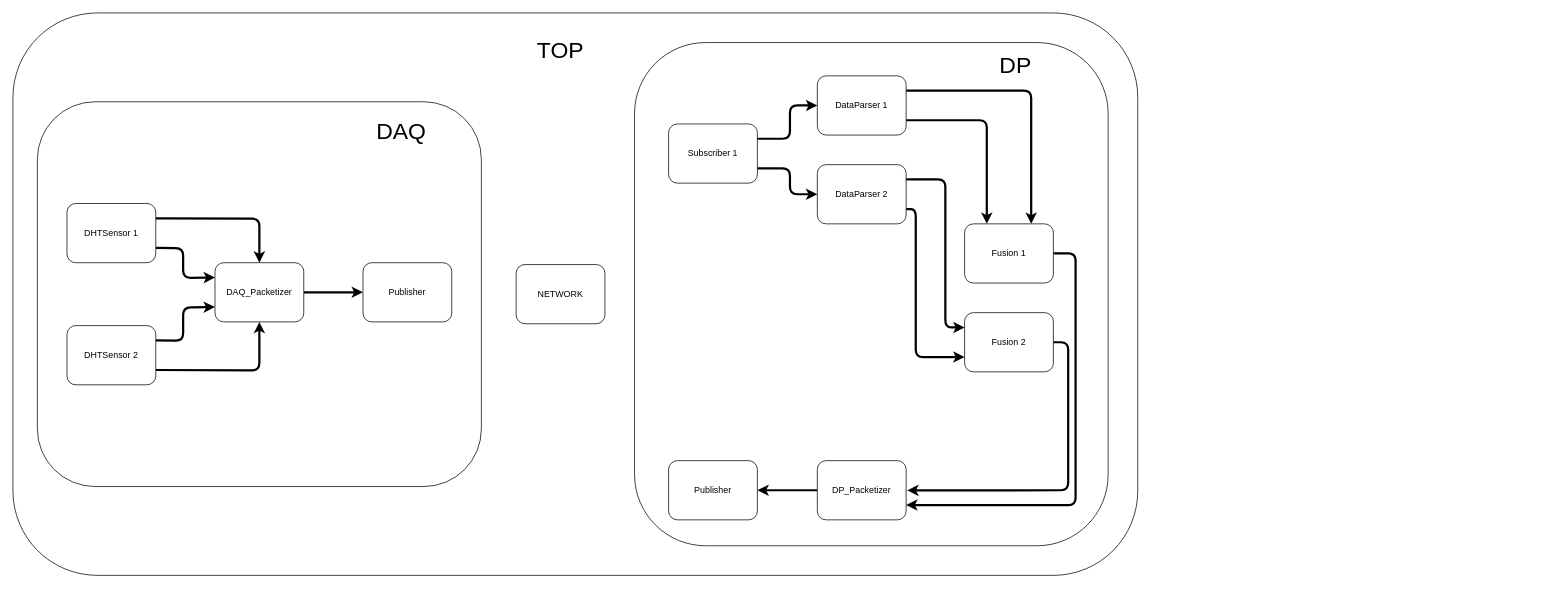
Earlier version of the draw.io diagram Docs/BlockDiagram_SIM.drawio (Sasisekhar/DAQ_DP_Networking). Source tidied: cells renumbered, new cells numbered last; positions are measured from the earlier drawing's top-left corner, leaving out a move shared by most shapes. Both pictures are drawn from the tidied source at 74%, with x=0, y=0 at pixel (13, 13).
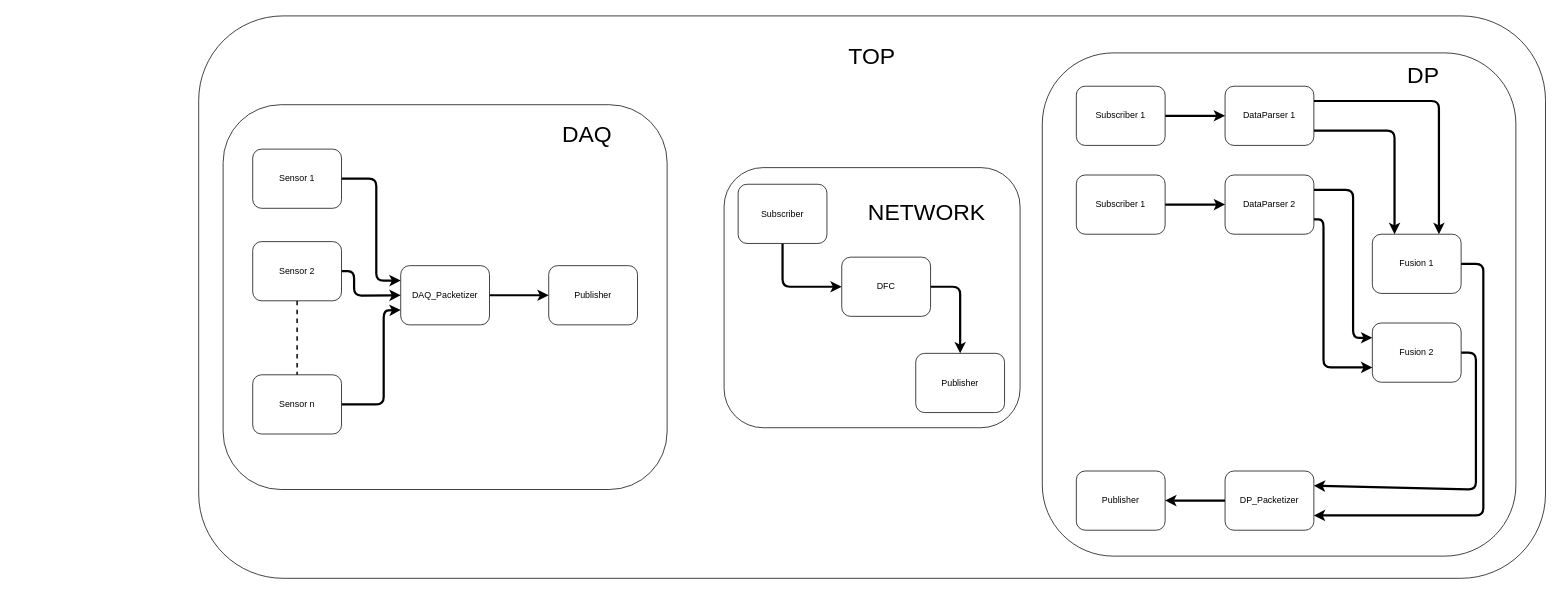
The same diagram, later.

The edit, as a diff of the source:
```diff
@@
     <mxCell id="2" style="rounded=1;whiteSpace=wrap;html=1;strokeWidth=1;" parent="1" vertex="1">
-      <mxGeometry width="1520" height="760" as="geometry" />
+      <mxGeometry x="251" y="4" width="1820" height="760" as="geometry" />
     </mxCell>
     <mxCell id="3" style="rounded=1;whiteSpace=wrap;html=1;strokeWidth=1;" parent="1" vertex="1">
-      <mxGeometry x="840" y="40" width="640" height="680" as="geometry" />
+      <mxGeometry x="1391" y="54" width="640" height="680" as="geometry" />
     </mxCell>
     <mxCell id="4" style="rounded=1;whiteSpace=wrap;html=1;strokeWidth=1;" parent="1" vertex="1">
-      <mxGeometry x="33" y="120" width="600" height="520" as="geometry" />
+      <mxGeometry x="284" y="124" width="600" height="520" as="geometry" />
     </mxCell>
-    <mxCell id="5" style="edgeStyle=none;html=1;exitX=1;exitY=0.25;exitDx=0;exitDy=0;entryX=0.5;entryY=0;entryDx=0;entryDy=0;strokeWidth=3;" parent="1" edge="1" source="7" target="12">
-      <mxGeometry relative="1" as="geometry">
-        <Array as="points">
-          <mxPoint x="333" y="278" />
-        </Array>
-      </mxGeometry>
-    </mxCell>
-    <mxCell id="6" style="edgeStyle=none;html=1;exitX=1;exitY=0.75;exitDx=0;exitDy=0;strokeWidth=3;entryX=0;entryY=0.25;entryDx=0;entryDy=0;" parent="1" edge="1" source="7" target="12">
-      <mxGeometry relative="1" as="geometry">
-        <Array as="points">
-          <mxPoint x="230" y="318" />
-          <mxPoint x="230" y="358" />
-        </Array>
-      </mxGeometry>
-    </mxCell>
+    <mxCell id="34" style="edgeStyle=none;html=1;exitX=1;exitY=0.5;exitDx=0;exitDy=0;entryX=0;entryY=0.25;entryDx=0;entryDy=0;strokeWidth=3;" parent="1" edge="1" source="7" target="12">
+      <mxGeometry relative="1" as="geometry">
+        <Array as="points">
+          <mxPoint x="491" y="224" />
+          <mxPoint x="491" y="362" />
+        </Array>
+      </mxGeometry>
+    </mxCell>
-    <mxCell id="7" value="DHTSensor 1" style="rounded=1;whiteSpace=wrap;html=1;" parent="1" vertex="1">
-      <mxGeometry x="73" y="257.5" width="120" height="80" as="geometry" />
+    <mxCell id="7" value="Sensor 1" style="rounded=1;whiteSpace=wrap;html=1;" parent="1" vertex="1">
+      <mxGeometry x="324" y="184" width="120" height="80" as="geometry" />
     </mxCell>
-    <mxCell id="8" style="edgeStyle=none;html=1;exitX=1;exitY=0.25;exitDx=0;exitDy=0;entryX=0;entryY=0.75;entryDx=0;entryDy=0;strokeWidth=3;" parent="1" edge="1" source="10" target="12">
-      <mxGeometry relative="1" as="geometry">
-        <Array as="points">
-          <mxPoint x="230" y="443" />
-          <mxPoint x="230" y="398" />
-        </Array>
-      </mxGeometry>
-    </mxCell>
-    <mxCell id="9" style="edgeStyle=none;html=1;exitX=1;exitY=0.75;exitDx=0;exitDy=0;entryX=0.5;entryY=1;entryDx=0;entryDy=0;strokeWidth=3;" parent="1" edge="1" source="10" target="12">
-      <mxGeometry relative="1" as="geometry">
-        <Array as="points">
-          <mxPoint x="333" y="483" />
-        </Array>
-      </mxGeometry>
-    </mxCell>
+    <mxCell id="35" style="edgeStyle=none;html=1;exitX=1;exitY=0.5;exitDx=0;exitDy=0;entryX=0;entryY=0.75;entryDx=0;entryDy=0;strokeWidth=3;" parent="1" edge="1" source="10" target="12">
+      <mxGeometry relative="1" as="geometry">
+        <Array as="points">
+          <mxPoint x="501" y="529" />
+          <mxPoint x="501" y="402" />
+        </Array>
+      </mxGeometry>
+    </mxCell>
-    <mxCell id="10" value="DHTSensor 2" style="rounded=1;whiteSpace=wrap;html=1;strokeWidth=1;" parent="1" vertex="1">
-      <mxGeometry x="73" y="422.5" width="120" height="80" as="geometry" />
+    <mxCell id="10" value="Sensor n" style="rounded=1;whiteSpace=wrap;html=1;strokeWidth=1;" parent="1" vertex="1">
+      <mxGeometry x="324" y="489" width="120" height="80" as="geometry" />
     </mxCell>
@@
     <mxCell id="12" value="DAQ_Packetizer" style="rounded=1;whiteSpace=wrap;html=1;" parent="1" vertex="1">
-      <mxGeometry x="273" y="337.5" width="120" height="80" as="geometry" />
+      <mxGeometry x="524" y="341.5" width="120" height="80" as="geometry" />
     </mxCell>
     <mxCell id="13" value="Publisher" style="rounded=1;whiteSpace=wrap;html=1;" parent="1" vertex="1">
-      <mxGeometry x="473" y="337.5" width="120" height="80" as="geometry" />
+      <mxGeometry x="724" y="341.5" width="120" height="80" as="geometry" />
     </mxCell>
-    <mxCell id="14" style="edgeStyle=none;html=1;exitX=1;exitY=0.25;exitDx=0;exitDy=0;entryX=0;entryY=0.5;entryDx=0;entryDy=0;strokeWidth=3;" parent="1" edge="1" source="16" target="19">
-      <mxGeometry relative="1" as="geometry">
-        <Array as="points">
-          <mxPoint x="1050" y="170" />
-          <mxPoint x="1050" y="125" />
-        </Array>
-      </mxGeometry>
+    <mxCell id="14" style="edgeStyle=none;html=1;strokeWidth=3;" parent="1" edge="1" source="16" target="19">
+      <mxGeometry relative="1" as="geometry" />
     </mxCell>
-    <mxCell id="15" style="edgeStyle=none;html=1;exitX=1;exitY=0.75;exitDx=0;exitDy=0;entryX=0;entryY=0.5;entryDx=0;entryDy=0;strokeWidth=3;" parent="1" edge="1" source="16" target="22">
-      <mxGeometry relative="1" as="geometry">
-        <Array as="points">
-          <mxPoint x="1050" y="210" />
-          <mxPoint x="1050" y="245" />
-        </Array>
-      </mxGeometry>
-    </mxCell>
     <mxCell id="16" value="Subscriber 1" style="rounded=1;whiteSpace=wrap;html=1;strokeWidth=1;" parent="1" vertex="1">
-      <mxGeometry x="886" y="150" width="120" height="80" as="geometry" />
+      <mxGeometry x="1437" y="99" width="120" height="80" as="geometry" />
     </mxCell>
     <mxCell id="17" style="edgeStyle=none;html=1;exitX=1;exitY=0.75;exitDx=0;exitDy=0;strokeWidth=3;entryX=0.25;entryY=0;entryDx=0;entryDy=0;" parent="1" edge="1" source="19" target="27">
       <mxGeometry relative="1" as="geometry">
         <Array as="points">
-          <mxPoint x="1316" y="145" />
+          <mxPoint x="1867" y="159" />
         </Array>
       </mxGeometry>
     </mxCell>
     <mxCell id="18" style="edgeStyle=none;html=1;exitX=1;exitY=0.25;exitDx=0;exitDy=0;entryX=0.75;entryY=0;entryDx=0;entryDy=0;strokeWidth=3;" parent="1" edge="1" source="19" target="27">
       <mxGeometry relative="1" as="geometry">
         <Array as="points">
-          <mxPoint x="1376" y="105" />
+          <mxPoint x="1927" y="119" />
         </Array>
       </mxGeometry>
     </mxCell>
     <mxCell id="19" value="DataParser 1" style="rounded=1;whiteSpace=wrap;html=1;strokeWidth=1;" parent="1" vertex="1">
-      <mxGeometry x="1087" y="85" width="120" height="80" as="geometry" />
+      <mxGeometry x="1638" y="99" width="120" height="80" as="geometry" />
     </mxCell>
     <mxCell id="20" style="edgeStyle=none;html=1;exitX=1;exitY=0.25;exitDx=0;exitDy=0;entryX=0;entryY=0.25;entryDx=0;entryDy=0;strokeWidth=3;" parent="1" edge="1" source="22" target="29">
       <mxGeometry relative="1" as="geometry">
         <Array as="points">
-          <mxPoint x="1260" y="225" />
-          <mxPoint x="1260" y="425" />
+          <mxPoint x="1811" y="239" />
+          <mxPoint x="1811" y="439" />
         </Array>
       </mxGeometry>
     </mxCell>
     <mxCell id="21" style="edgeStyle=none;html=1;exitX=1;exitY=0.75;exitDx=0;exitDy=0;entryX=0;entryY=0.75;entryDx=0;entryDy=0;strokeWidth=3;" parent="1" edge="1" source="22" target="29">
       <mxGeometry relative="1" as="geometry">
         <Array as="points">
-          <mxPoint x="1220" y="265" />
-          <mxPoint x="1220" y="465" />
+          <mxPoint x="1771" y="279" />
+          <mxPoint x="1771" y="479" />
         </Array>
       </mxGeometry>
     </mxCell>
     <mxCell id="22" value="DataParser 2" style="rounded=1;whiteSpace=wrap;html=1;strokeWidth=1;" parent="1" vertex="1">
-      <mxGeometry x="1087" y="205" width="120" height="80" as="geometry" />
+      <mxGeometry x="1638" y="219" width="120" height="80" as="geometry" />
     </mxCell>
     <mxCell id="23" value="Publisher" style="rounded=1;whiteSpace=wrap;html=1;strokeWidth=1;" parent="1" vertex="1">
-      <mxGeometry x="886" y="605" width="120" height="80" as="geometry" />
+      <mxGeometry x="1437" y="619" width="120" height="80" as="geometry" />
     </mxCell>
@@
     <mxCell id="25" value="DP_Packetizer" style="rounded=1;whiteSpace=wrap;html=1;strokeWidth=1;" parent="1" vertex="1">
-      <mxGeometry x="1087" y="605" width="120" height="80" as="geometry" />
+      <mxGeometry x="1638" y="619" width="120" height="80" as="geometry" />
     </mxCell>
     <mxCell id="26" style="edgeStyle=none;html=1;exitX=1;exitY=0.5;exitDx=0;exitDy=0;entryX=1;entryY=0.75;entryDx=0;entryDy=0;strokeWidth=3;" parent="1" edge="1" source="27" target="25">
       <mxGeometry relative="1" as="geometry">
         <Array as="points">
-          <mxPoint x="1436" y="325" />
-          <mxPoint x="1436" y="665" />
+          <mxPoint x="1987" y="339" />
+          <mxPoint x="1987" y="679" />
         </Array>
       </mxGeometry>
     </mxCell>
     <mxCell id="27" value="Fusion 1" style="rounded=1;whiteSpace=wrap;html=1;strokeWidth=1;" parent="1" vertex="1">
-      <mxGeometry x="1286" y="285" width="120" height="80" as="geometry" />
+      <mxGeometry x="1837" y="299" width="120" height="80" as="geometry" />
     </mxCell>
-    <mxCell id="28" style="edgeStyle=none;html=1;exitX=1;exitY=0.5;exitDx=0;exitDy=0;entryX=1.012;entryY=0.502;entryDx=0;entryDy=0;entryPerimeter=0;strokeWidth=3;" parent="1" edge="1" source="29" target="25">
+    <mxCell id="28" style="edgeStyle=none;html=1;exitX=1;exitY=0.5;exitDx=0;exitDy=0;entryX=1;entryY=0.25;entryDx=0;entryDy=0;strokeWidth=3;" parent="1" edge="1" source="29" target="25">
       <mxGeometry relative="1" as="geometry">
         <Array as="points">
-          <mxPoint x="1426" y="445" />
-          <mxPoint x="1426" y="645" />
+          <mxPoint x="1977" y="459" />
+          <mxPoint x="1977" y="644" />
         </Array>
       </mxGeometry>
     </mxCell>
     <mxCell id="29" value="Fusion 2" style="rounded=1;whiteSpace=wrap;html=1;strokeWidth=1;" parent="1" vertex="1">
-      <mxGeometry x="1286" y="405" width="120" height="80" as="geometry" />
+      <mxGeometry x="1837" y="419" width="120" height="80" as="geometry" />
     </mxCell>
-    <mxCell id="30" value="NETWORK" style="rounded=1;whiteSpace=wrap;html=1;strokeWidth=1;" parent="1" vertex="1">
-      <mxGeometry x="680" y="340" width="120" height="80" as="geometry" />
+    <mxCell id="30" style="rounded=1;whiteSpace=wrap;html=1;strokeWidth=1;" parent="1" vertex="1">
+      <mxGeometry x="961" y="209" width="400" height="351.5" as="geometry" />
     </mxCell>
     <mxCell id="31" value="TOP" style="text;html=1;strokeColor=none;fillColor=none;align=center;verticalAlign=middle;whiteSpace=wrap;rounded=0;fontSize=31;" parent="1" vertex="1">
-      <mxGeometry x="645" y="10" width="190" height="80" as="geometry" />
+      <mxGeometry x="1066" y="19" width="190" height="80" as="geometry" />
     </mxCell>
     <mxCell id="32" value="DAQ" style="text;html=1;strokeColor=none;fillColor=none;align=center;verticalAlign=middle;whiteSpace=wrap;rounded=0;fontSize=31;" parent="1" vertex="1">
-      <mxGeometry x="430" y="120" width="190" height="80" as="geometry" />
+      <mxGeometry x="681" y="124" width="190" height="80" as="geometry" />
     </mxCell>
     <mxCell id="33" value="DP" style="text;html=1;strokeColor=none;fillColor=none;align=center;verticalAlign=middle;whiteSpace=wrap;rounded=0;fontSize=31;" parent="1" vertex="1">
-      <mxGeometry x="1260" y="30" width="190" height="80" as="geometry" />
+      <mxGeometry x="1811" y="44" width="190" height="80" as="geometry" />
     </mxCell>
+    <mxCell id="36" style="edgeStyle=none;html=1;exitX=1;exitY=0.5;exitDx=0;exitDy=0;entryX=0;entryY=0.5;entryDx=0;entryDy=0;strokeWidth=3;" parent="1" edge="1" source="38" target="12">
+      <mxGeometry relative="1" as="geometry">
+        <Array as="points">
+          <mxPoint x="461" y="349" />
+          <mxPoint x="461" y="382" />
+        </Array>
+      </mxGeometry>
+    </mxCell>
+    <mxCell id="37" style="edgeStyle=none;html=1;dashed=1;endArrow=none;endFill=0;strokeWidth=2;" parent="1" edge="1" source="38" target="10">
+      <mxGeometry relative="1" as="geometry" />
+    </mxCell>
+    <mxCell id="38" value="Sensor 2" style="rounded=1;whiteSpace=wrap;html=1;" parent="1" vertex="1">
+      <mxGeometry x="324" y="309" width="120" height="80" as="geometry" />
+    </mxCell>
+    <mxCell id="39" style="edgeStyle=none;html=1;exitX=0.5;exitY=1;exitDx=0;exitDy=0;entryX=0;entryY=0.5;entryDx=0;entryDy=0;strokeWidth=3;" parent="1" edge="1" source="40" target="44">
+      <mxGeometry relative="1" as="geometry">
+        <Array as="points">
+          <mxPoint x="1040" y="370" />
+        </Array>
+      </mxGeometry>
+    </mxCell>
+    <mxCell id="40" value="Subscriber" style="rounded=1;whiteSpace=wrap;html=1;strokeWidth=1;" parent="1" vertex="1">
+      <mxGeometry x="980" y="231.5" width="120" height="80" as="geometry" />
+    </mxCell>
+    <mxCell id="41" value="Publisher" style="rounded=1;whiteSpace=wrap;html=1;strokeWidth=1;" parent="1" vertex="1">
+      <mxGeometry x="1220" y="460" width="120" height="80" as="geometry" />
+    </mxCell>
+    <mxCell id="42" value="NETWORK" style="text;html=1;strokeColor=none;fillColor=none;align=center;verticalAlign=middle;whiteSpace=wrap;rounded=0;fontSize=31;" parent="1" vertex="1">
+      <mxGeometry x="1140" y="229" width="190" height="80" as="geometry" />
+    </mxCell>
+    <mxCell id="43" style="edgeStyle=none;html=1;exitX=1;exitY=0.5;exitDx=0;exitDy=0;entryX=0.5;entryY=0;entryDx=0;entryDy=0;strokeWidth=3;" parent="1" edge="1" source="44" target="41">
+      <mxGeometry relative="1" as="geometry">
+        <Array as="points">
+          <mxPoint x="1280" y="370" />
+        </Array>
+      </mxGeometry>
+    </mxCell>
+    <mxCell id="44" value="DFC" style="rounded=1;whiteSpace=wrap;html=1;strokeWidth=1;" parent="1" vertex="1">
+      <mxGeometry x="1120" y="330" width="120" height="80" as="geometry" />
+    </mxCell>
+    <mxCell id="45" style="edgeStyle=none;html=1;strokeWidth=3;" parent="1" edge="1" source="46" target="22">
+      <mxGeometry relative="1" as="geometry" />
+    </mxCell>
+    <mxCell id="46" value="Subscriber 1" style="rounded=1;whiteSpace=wrap;html=1;strokeWidth=1;" parent="1" vertex="1">
+      <mxGeometry x="1437" y="219" width="120" height="80" as="geometry" />
+    </mxCell>
```
